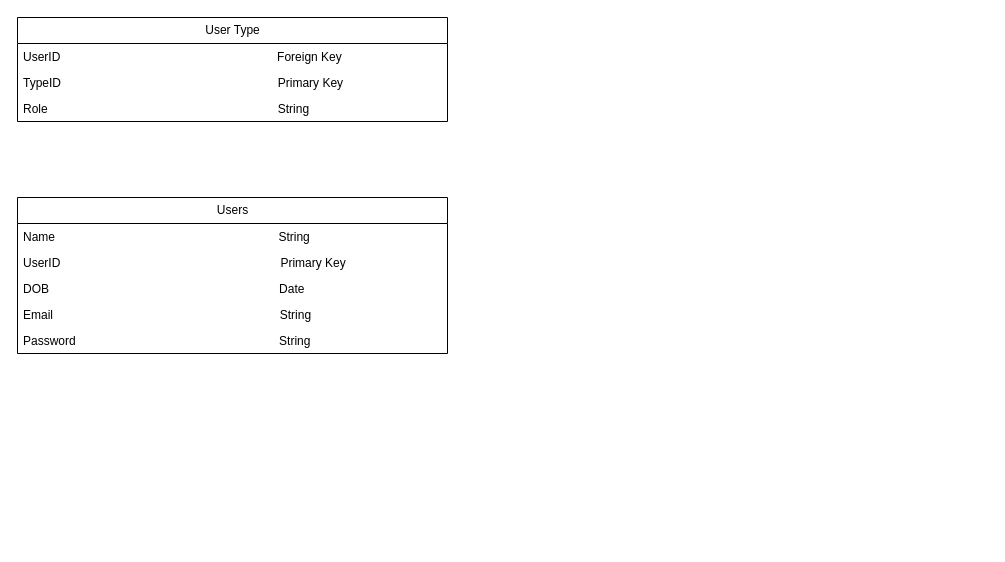
Above: Tables.drawio in Stormtroopper/HTML-layout-learning (draw.io), before the change. Source tidied: cells renumbered, new cells numbered last; positions are measured from the earlier drawing's top-left corner, leaving out a move shared by most shapes. Both pictures are drawn from the tidied source at 100%, with x=0, y=0 at pixel (17, 17).
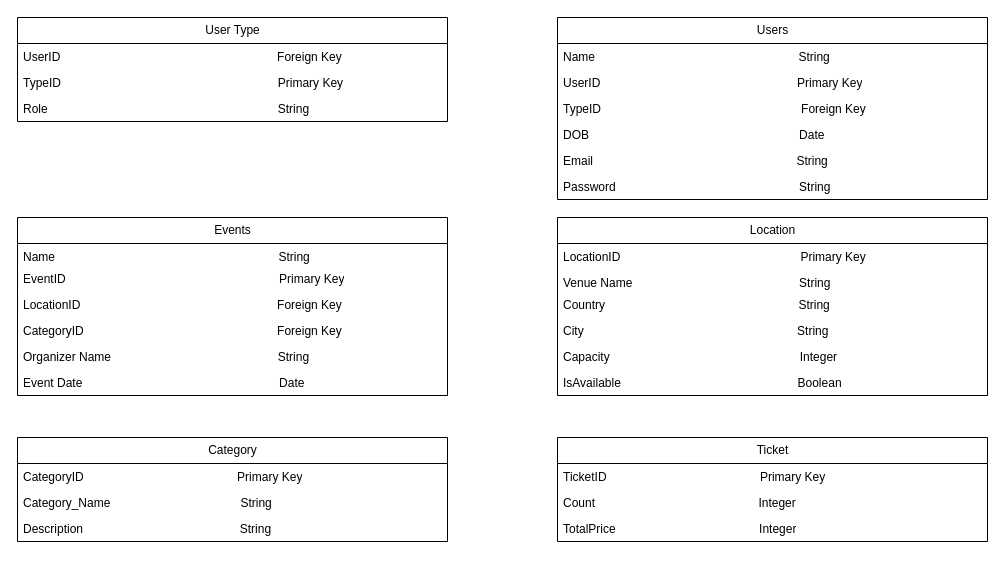
The same page after the edit.

The edit, as a diff of the source:
```diff
@@
     <mxCell id="6" value="Users" style="swimlane;fontStyle=0;horizontal=1;startSize=26;fillColor=none;html=1;" parent="1" vertex="1">
-      <mxGeometry y="180" width="430" height="156" as="geometry" />
+      <mxGeometry x="540" width="430" height="182" as="geometry" />
     </mxCell>
-    <mxCell id="7" value="Name&amp;nbsp; &amp;nbsp; &amp;nbsp; &amp;nbsp; &amp;nbsp; &amp;nbsp; &amp;nbsp; &amp;nbsp; &amp;nbsp; &amp;nbsp; &amp;nbsp; &amp;nbsp; &amp;nbsp; &amp;nbsp; &amp;nbsp; &amp;nbsp; &amp;nbsp; &amp;nbsp; &amp;nbsp; &amp;nbsp; &amp;nbsp; &amp;nbsp; &amp;nbsp; &amp;nbsp; &amp;nbsp; &amp;nbsp; &amp;nbsp; &amp;nbsp; &amp;nbsp; &amp;nbsp; &amp;nbsp; &amp;nbsp; &amp;nbsp; &amp;nbsp;String" style="text;strokeColor=none;fillColor=none;align=left;verticalAlign=top;spacingLeft=4;spacingRight=4;overflow=hidden;whiteSpace=wrap;html=1;" parent="6" vertex="1">
+    <mxCell id="7" value="Name&amp;nbsp; &amp;nbsp; &amp;nbsp; &amp;nbsp; &amp;nbsp; &amp;nbsp; &amp;nbsp; &amp;nbsp; &amp;nbsp; &amp;nbsp; &amp;nbsp; &amp;nbsp; &amp;nbsp; &amp;nbsp; &amp;nbsp; &amp;nbsp; &amp;nbsp; &amp;nbsp; &amp;nbsp; &amp;nbsp; &amp;nbsp; &amp;nbsp; &amp;nbsp; &amp;nbsp; &amp;nbsp; &amp;nbsp; &amp;nbsp; &amp;nbsp; &amp;nbsp; &amp;nbsp; &amp;nbsp;String" style="text;strokeColor=none;fillColor=none;align=left;verticalAlign=top;spacingLeft=4;spacingRight=4;overflow=hidden;whiteSpace=wrap;html=1;" parent="6" vertex="1">
       <mxGeometry y="26" width="430" height="26" as="geometry" />
     </mxCell>
-    <mxCell id="8" value="UserID&amp;nbsp; &amp;nbsp; &amp;nbsp; &amp;nbsp; &amp;nbsp; &amp;nbsp; &amp;nbsp; &amp;nbsp; &amp;nbsp; &amp;nbsp; &amp;nbsp; &amp;nbsp; &amp;nbsp; &amp;nbsp; &amp;nbsp; &amp;nbsp; &amp;nbsp; &amp;nbsp; &amp;nbsp; &amp;nbsp; &amp;nbsp; &amp;nbsp; &amp;nbsp; &amp;nbsp; &amp;nbsp; &amp;nbsp; &amp;nbsp; &amp;nbsp; &amp;nbsp; &amp;nbsp; &amp;nbsp; &amp;nbsp; &amp;nbsp; Primary Key" style="text;strokeColor=none;fillColor=none;align=left;verticalAlign=top;spacingLeft=4;spacingRight=4;overflow=hidden;whiteSpace=wrap;html=1;" parent="6" vertex="1">
+    <mxCell id="8" value="UserID&amp;nbsp; &amp;nbsp; &amp;nbsp; &amp;nbsp; &amp;nbsp; &amp;nbsp; &amp;nbsp; &amp;nbsp; &amp;nbsp; &amp;nbsp; &amp;nbsp; &amp;nbsp; &amp;nbsp; &amp;nbsp; &amp;nbsp; &amp;nbsp; &amp;nbsp; &amp;nbsp; &amp;nbsp; &amp;nbsp; &amp;nbsp; &amp;nbsp; &amp;nbsp; &amp;nbsp; &amp;nbsp; &amp;nbsp; &amp;nbsp; &amp;nbsp; &amp;nbsp; &amp;nbsp;Primary Key" style="text;strokeColor=none;fillColor=none;align=left;verticalAlign=top;spacingLeft=4;spacingRight=4;overflow=hidden;whiteSpace=wrap;html=1;" parent="6" vertex="1">
       <mxGeometry y="52" width="430" height="26" as="geometry" />
     </mxCell>
+    <mxCell id="12" value="TypeID&amp;nbsp; &amp;nbsp; &amp;nbsp; &amp;nbsp; &amp;nbsp; &amp;nbsp; &amp;nbsp; &amp;nbsp; &amp;nbsp; &amp;nbsp; &amp;nbsp; &amp;nbsp; &amp;nbsp; &amp;nbsp; &amp;nbsp; &amp;nbsp; &amp;nbsp; &amp;nbsp; &amp;nbsp; &amp;nbsp; &amp;nbsp; &amp;nbsp; &amp;nbsp; &amp;nbsp; &amp;nbsp; &amp;nbsp; &amp;nbsp; &amp;nbsp; &amp;nbsp; &amp;nbsp; Foreign Key" style="text;strokeColor=none;fillColor=none;align=left;verticalAlign=top;spacingLeft=4;spacingRight=4;overflow=hidden;whiteSpace=wrap;html=1;" parent="6" vertex="1">
+      <mxGeometry y="78" width="430" height="26" as="geometry" />
+    </mxCell>
-    <mxCell id="9" value="DOB&amp;nbsp; &amp;nbsp; &amp;nbsp; &amp;nbsp; &amp;nbsp; &amp;nbsp; &amp;nbsp; &amp;nbsp; &amp;nbsp; &amp;nbsp; &amp;nbsp; &amp;nbsp; &amp;nbsp; &amp;nbsp; &amp;nbsp; &amp;nbsp; &amp;nbsp; &amp;nbsp; &amp;nbsp; &amp;nbsp; &amp;nbsp; &amp;nbsp; &amp;nbsp; &amp;nbsp; &amp;nbsp; &amp;nbsp; &amp;nbsp; &amp;nbsp; &amp;nbsp; &amp;nbsp; &amp;nbsp; &amp;nbsp; &amp;nbsp; &amp;nbsp; &amp;nbsp;Date" style="text;strokeColor=none;fillColor=none;align=left;verticalAlign=top;spacingLeft=4;spacingRight=4;overflow=hidden;whiteSpace=wrap;html=1;" parent="6" vertex="1">
-      <mxGeometry y="78" width="430" height="26" as="geometry" />
+    <mxCell id="9" value="DOB&amp;nbsp; &amp;nbsp; &amp;nbsp; &amp;nbsp; &amp;nbsp; &amp;nbsp; &amp;nbsp; &amp;nbsp; &amp;nbsp; &amp;nbsp; &amp;nbsp; &amp;nbsp; &amp;nbsp; &amp;nbsp; &amp;nbsp; &amp;nbsp; &amp;nbsp; &amp;nbsp; &amp;nbsp; &amp;nbsp; &amp;nbsp; &amp;nbsp; &amp;nbsp; &amp;nbsp; &amp;nbsp; &amp;nbsp; &amp;nbsp; &amp;nbsp; &amp;nbsp; &amp;nbsp; &amp;nbsp; &amp;nbsp;Date" style="text;strokeColor=none;fillColor=none;align=left;verticalAlign=top;spacingLeft=4;spacingRight=4;overflow=hidden;whiteSpace=wrap;html=1;" parent="6" vertex="1">
+      <mxGeometry y="104" width="430" height="26" as="geometry" />
     </mxCell>
-    <mxCell id="10" value="Email&amp;nbsp; &amp;nbsp; &amp;nbsp; &amp;nbsp; &amp;nbsp; &amp;nbsp; &amp;nbsp; &amp;nbsp; &amp;nbsp; &amp;nbsp; &amp;nbsp; &amp;nbsp; &amp;nbsp; &amp;nbsp; &amp;nbsp; &amp;nbsp; &amp;nbsp; &amp;nbsp; &amp;nbsp; &amp;nbsp; &amp;nbsp; &amp;nbsp; &amp;nbsp; &amp;nbsp; &amp;nbsp; &amp;nbsp; &amp;nbsp; &amp;nbsp; &amp;nbsp; &amp;nbsp; &amp;nbsp; &amp;nbsp; &amp;nbsp; &amp;nbsp; String&lt;div&gt;&lt;br&gt;&lt;/div&gt;" style="text;strokeColor=none;fillColor=none;align=left;verticalAlign=top;spacingLeft=4;spacingRight=4;overflow=hidden;whiteSpace=wrap;html=1;" parent="6" vertex="1">
-      <mxGeometry y="104" width="430" height="26" as="geometry" />
+    <mxCell id="10" value="Email&amp;nbsp; &amp;nbsp; &amp;nbsp; &amp;nbsp; &amp;nbsp; &amp;nbsp; &amp;nbsp; &amp;nbsp; &amp;nbsp; &amp;nbsp; &amp;nbsp; &amp;nbsp; &amp;nbsp; &amp;nbsp; &amp;nbsp; &amp;nbsp; &amp;nbsp; &amp;nbsp; &amp;nbsp; &amp;nbsp; &amp;nbsp; &amp;nbsp; &amp;nbsp; &amp;nbsp; &amp;nbsp; &amp;nbsp; &amp;nbsp; &amp;nbsp; &amp;nbsp; &amp;nbsp; &amp;nbsp;String&lt;div&gt;&lt;br&gt;&lt;/div&gt;" style="text;strokeColor=none;fillColor=none;align=left;verticalAlign=top;spacingLeft=4;spacingRight=4;overflow=hidden;whiteSpace=wrap;html=1;" parent="6" vertex="1">
+      <mxGeometry y="130" width="430" height="26" as="geometry" />
     </mxCell>
-    <mxCell id="11" value="&lt;div&gt;Password&amp;nbsp; &amp;nbsp; &amp;nbsp; &amp;nbsp; &amp;nbsp; &amp;nbsp; &amp;nbsp; &amp;nbsp; &amp;nbsp; &amp;nbsp; &amp;nbsp; &amp;nbsp; &amp;nbsp; &amp;nbsp; &amp;nbsp; &amp;nbsp; &amp;nbsp; &amp;nbsp; &amp;nbsp; &amp;nbsp; &amp;nbsp; &amp;nbsp; &amp;nbsp; &amp;nbsp; &amp;nbsp; &amp;nbsp; &amp;nbsp; &amp;nbsp; &amp;nbsp; &amp;nbsp; &amp;nbsp;String&lt;/div&gt;" style="text;strokeColor=none;fillColor=none;align=left;verticalAlign=top;spacingLeft=4;spacingRight=4;overflow=hidden;whiteSpace=wrap;html=1;" parent="6" vertex="1">
-      <mxGeometry y="130" width="430" height="26" as="geometry" />
+    <mxCell id="11" value="&lt;div&gt;Password&amp;nbsp; &amp;nbsp; &amp;nbsp; &amp;nbsp; &amp;nbsp; &amp;nbsp; &amp;nbsp; &amp;nbsp; &amp;nbsp; &amp;nbsp; &amp;nbsp; &amp;nbsp; &amp;nbsp; &amp;nbsp; &amp;nbsp; &amp;nbsp; &amp;nbsp; &amp;nbsp; &amp;nbsp; &amp;nbsp; &amp;nbsp; &amp;nbsp; &amp;nbsp; &amp;nbsp; &amp;nbsp; &amp;nbsp; &amp;nbsp; &amp;nbsp;String&lt;/div&gt;" style="text;strokeColor=none;fillColor=none;align=left;verticalAlign=top;spacingLeft=4;spacingRight=4;overflow=hidden;whiteSpace=wrap;html=1;" parent="6" vertex="1">
+      <mxGeometry y="156" width="430" height="26" as="geometry" />
     </mxCell>
+    <mxCell id="13" value="Events" style="swimlane;fontStyle=0;horizontal=1;startSize=26;fillColor=none;html=1;" parent="1" vertex="1">
+      <mxGeometry y="200" width="430" height="178" as="geometry" />
+    </mxCell>
+    <mxCell id="14" value="Name&amp;nbsp; &amp;nbsp; &amp;nbsp; &amp;nbsp; &amp;nbsp; &amp;nbsp; &amp;nbsp; &amp;nbsp; &amp;nbsp; &amp;nbsp; &amp;nbsp; &amp;nbsp; &amp;nbsp; &amp;nbsp; &amp;nbsp; &amp;nbsp; &amp;nbsp; &amp;nbsp; &amp;nbsp; &amp;nbsp; &amp;nbsp; &amp;nbsp; &amp;nbsp; &amp;nbsp; &amp;nbsp; &amp;nbsp; &amp;nbsp; &amp;nbsp; &amp;nbsp; &amp;nbsp; &amp;nbsp; &amp;nbsp; &amp;nbsp; &amp;nbsp;String" style="text;strokeColor=none;fillColor=none;align=left;verticalAlign=top;spacingLeft=4;spacingRight=4;overflow=hidden;whiteSpace=wrap;html=1;" parent="13" vertex="1">
+      <mxGeometry y="26" width="430" height="22" as="geometry" />
+    </mxCell>
+    <mxCell id="15" value="EventID&amp;nbsp; &amp;nbsp; &amp;nbsp; &amp;nbsp; &amp;nbsp; &amp;nbsp; &amp;nbsp; &amp;nbsp; &amp;nbsp; &amp;nbsp; &amp;nbsp; &amp;nbsp; &amp;nbsp; &amp;nbsp; &amp;nbsp; &amp;nbsp; &amp;nbsp; &amp;nbsp; &amp;nbsp; &amp;nbsp; &amp;nbsp; &amp;nbsp; &amp;nbsp; &amp;nbsp; &amp;nbsp; &amp;nbsp; &amp;nbsp; &amp;nbsp; &amp;nbsp; &amp;nbsp; &amp;nbsp; &amp;nbsp; Primary Key" style="text;strokeColor=none;fillColor=none;align=left;verticalAlign=top;spacingLeft=4;spacingRight=4;overflow=hidden;whiteSpace=wrap;html=1;" parent="13" vertex="1">
+      <mxGeometry y="48" width="430" height="26" as="geometry" />
+    </mxCell>
+    <mxCell id="16" value="LocationID&amp;nbsp; &amp;nbsp; &amp;nbsp; &amp;nbsp; &amp;nbsp; &amp;nbsp; &amp;nbsp; &amp;nbsp; &amp;nbsp; &amp;nbsp; &amp;nbsp; &amp;nbsp; &amp;nbsp; &amp;nbsp; &amp;nbsp; &amp;nbsp; &amp;nbsp; &amp;nbsp; &amp;nbsp; &amp;nbsp; &amp;nbsp; &amp;nbsp; &amp;nbsp; &amp;nbsp; &amp;nbsp; &amp;nbsp; &amp;nbsp; &amp;nbsp; &amp;nbsp; &amp;nbsp;Foreign Key" style="text;strokeColor=none;fillColor=none;align=left;verticalAlign=top;spacingLeft=4;spacingRight=4;overflow=hidden;whiteSpace=wrap;html=1;" parent="13" vertex="1">
+      <mxGeometry y="74" width="430" height="26" as="geometry" />
+    </mxCell>
+    <mxCell id="17" value="CategoryID&amp;nbsp; &amp;nbsp; &amp;nbsp; &amp;nbsp; &amp;nbsp; &amp;nbsp; &amp;nbsp; &amp;nbsp; &amp;nbsp; &amp;nbsp; &amp;nbsp; &amp;nbsp; &amp;nbsp; &amp;nbsp; &amp;nbsp; &amp;nbsp; &amp;nbsp; &amp;nbsp; &amp;nbsp; &amp;nbsp; &amp;nbsp; &amp;nbsp; &amp;nbsp; &amp;nbsp; &amp;nbsp; &amp;nbsp; &amp;nbsp; &amp;nbsp; &amp;nbsp; Foreign Key" style="text;strokeColor=none;fillColor=none;align=left;verticalAlign=top;spacingLeft=4;spacingRight=4;overflow=hidden;whiteSpace=wrap;html=1;" parent="13" vertex="1">
+      <mxGeometry y="100" width="430" height="26" as="geometry" />
+    </mxCell>
+    <mxCell id="18" value="Organizer Name&amp;nbsp; &amp;nbsp; &amp;nbsp; &amp;nbsp; &amp;nbsp; &amp;nbsp; &amp;nbsp; &amp;nbsp; &amp;nbsp; &amp;nbsp; &amp;nbsp; &amp;nbsp; &amp;nbsp; &amp;nbsp; &amp;nbsp; &amp;nbsp; &amp;nbsp; &amp;nbsp; &amp;nbsp; &amp;nbsp; &amp;nbsp; &amp;nbsp; &amp;nbsp; &amp;nbsp; &amp;nbsp; String&lt;div&gt;&lt;br&gt;&lt;/div&gt;" style="text;strokeColor=none;fillColor=none;align=left;verticalAlign=top;spacingLeft=4;spacingRight=4;overflow=hidden;whiteSpace=wrap;html=1;" parent="13" vertex="1">
+      <mxGeometry y="126" width="430" height="26" as="geometry" />
+    </mxCell>
+    <mxCell id="19" value="&lt;div&gt;Event Date&amp;nbsp; &amp;nbsp; &amp;nbsp; &amp;nbsp; &amp;nbsp; &amp;nbsp; &amp;nbsp; &amp;nbsp; &amp;nbsp; &amp;nbsp; &amp;nbsp; &amp;nbsp; &amp;nbsp; &amp;nbsp; &amp;nbsp; &amp;nbsp; &amp;nbsp; &amp;nbsp; &amp;nbsp; &amp;nbsp; &amp;nbsp; &amp;nbsp; &amp;nbsp; &amp;nbsp; &amp;nbsp; &amp;nbsp; &amp;nbsp; &amp;nbsp; &amp;nbsp; &amp;nbsp;Date&lt;/div&gt;" style="text;strokeColor=none;fillColor=none;align=left;verticalAlign=top;spacingLeft=4;spacingRight=4;overflow=hidden;whiteSpace=wrap;html=1;" parent="13" vertex="1">
+      <mxGeometry y="152" width="430" height="26" as="geometry" />
+    </mxCell>
+    <mxCell id="20" value="Location" style="swimlane;fontStyle=0;horizontal=1;startSize=26;fillColor=none;html=1;" parent="1" vertex="1">
+      <mxGeometry x="540" y="200" width="430" height="178" as="geometry" />
+    </mxCell>
+    <mxCell id="21" value="LocationID&amp;nbsp; &amp;nbsp; &amp;nbsp; &amp;nbsp; &amp;nbsp; &amp;nbsp; &amp;nbsp; &amp;nbsp; &amp;nbsp; &amp;nbsp; &amp;nbsp; &amp;nbsp; &amp;nbsp; &amp;nbsp; &amp;nbsp; &amp;nbsp; &amp;nbsp; &amp;nbsp; &amp;nbsp; &amp;nbsp; &amp;nbsp; &amp;nbsp; &amp;nbsp; &amp;nbsp; &amp;nbsp; &amp;nbsp; &amp;nbsp; Primary Key" style="text;strokeColor=none;fillColor=none;align=left;verticalAlign=top;spacingLeft=4;spacingRight=4;overflow=hidden;whiteSpace=wrap;html=1;" parent="20" vertex="1">
+      <mxGeometry y="26" width="430" height="26" as="geometry" />
+    </mxCell>
+    <mxCell id="22" value="Venue Name&amp;nbsp; &amp;nbsp; &amp;nbsp; &amp;nbsp; &amp;nbsp; &amp;nbsp; &amp;nbsp; &amp;nbsp; &amp;nbsp; &amp;nbsp; &amp;nbsp; &amp;nbsp; &amp;nbsp; &amp;nbsp; &amp;nbsp; &amp;nbsp; &amp;nbsp; &amp;nbsp; &amp;nbsp; &amp;nbsp; &amp;nbsp; &amp;nbsp; &amp;nbsp; &amp;nbsp; &amp;nbsp; String" style="text;strokeColor=none;fillColor=none;align=left;verticalAlign=top;spacingLeft=4;spacingRight=4;overflow=hidden;whiteSpace=wrap;html=1;" parent="20" vertex="1">
+      <mxGeometry y="52" width="430" height="22" as="geometry" />
+    </mxCell>
+    <mxCell id="23" value="Country&amp;nbsp; &amp;nbsp; &amp;nbsp; &amp;nbsp; &amp;nbsp; &amp;nbsp; &amp;nbsp; &amp;nbsp; &amp;nbsp; &amp;nbsp; &amp;nbsp; &amp;nbsp; &amp;nbsp; &amp;nbsp; &amp;nbsp; &amp;nbsp; &amp;nbsp; &amp;nbsp; &amp;nbsp; &amp;nbsp; &amp;nbsp; &amp;nbsp; &amp;nbsp; &amp;nbsp; &amp;nbsp; &amp;nbsp; &amp;nbsp; &amp;nbsp; &amp;nbsp; String" style="text;strokeColor=none;fillColor=none;align=left;verticalAlign=top;spacingLeft=4;spacingRight=4;overflow=hidden;whiteSpace=wrap;html=1;" parent="20" vertex="1">
+      <mxGeometry y="74" width="430" height="26" as="geometry" />
+    </mxCell>
+    <mxCell id="24" value="City&amp;nbsp; &amp;nbsp; &amp;nbsp; &amp;nbsp; &amp;nbsp; &amp;nbsp; &amp;nbsp; &amp;nbsp; &amp;nbsp; &amp;nbsp; &amp;nbsp; &amp;nbsp; &amp;nbsp; &amp;nbsp; &amp;nbsp; &amp;nbsp; &amp;nbsp; &amp;nbsp; &amp;nbsp; &amp;nbsp; &amp;nbsp; &amp;nbsp; &amp;nbsp; &amp;nbsp; &amp;nbsp; &amp;nbsp; &amp;nbsp; &amp;nbsp; &amp;nbsp; &amp;nbsp; &amp;nbsp; &amp;nbsp; String&lt;div&gt;&lt;br&gt;&lt;/div&gt;" style="text;strokeColor=none;fillColor=none;align=left;verticalAlign=top;spacingLeft=4;spacingRight=4;overflow=hidden;whiteSpace=wrap;html=1;" parent="20" vertex="1">
+      <mxGeometry y="100" width="430" height="26" as="geometry" />
+    </mxCell>
+    <mxCell id="25" value="&lt;div&gt;Capacity&amp;nbsp; &amp;nbsp; &amp;nbsp; &amp;nbsp;&amp;nbsp;&lt;span style=&quot;background-color: initial;&quot;&gt;&amp;nbsp; &amp;nbsp; &amp;nbsp; &amp;nbsp; &amp;nbsp; &amp;nbsp; &amp;nbsp; &amp;nbsp; &amp;nbsp; &amp;nbsp; &amp;nbsp; &amp;nbsp; &amp;nbsp; &amp;nbsp; &amp;nbsp; &amp;nbsp; &amp;nbsp; &amp;nbsp; &amp;nbsp; &amp;nbsp; &amp;nbsp; &amp;nbsp; &amp;nbsp; &amp;nbsp; &amp;nbsp;Integer&lt;/span&gt;&lt;/div&gt;" style="text;strokeColor=none;fillColor=none;align=left;verticalAlign=top;spacingLeft=4;spacingRight=4;overflow=hidden;whiteSpace=wrap;html=1;" parent="20" vertex="1">
+      <mxGeometry y="126" width="430" height="26" as="geometry" />
+    </mxCell>
+    <mxCell id="26" value="&lt;div&gt;IsAvailable&amp;nbsp; &amp;nbsp; &amp;nbsp; &amp;nbsp; &amp;nbsp; &amp;nbsp; &amp;nbsp; &amp;nbsp; &amp;nbsp; &amp;nbsp; &amp;nbsp; &amp;nbsp; &amp;nbsp; &amp;nbsp; &amp;nbsp; &amp;nbsp; &amp;nbsp; &amp;nbsp; &amp;nbsp; &amp;nbsp; &amp;nbsp; &amp;nbsp; &amp;nbsp; &amp;nbsp; &amp;nbsp; &amp;nbsp; &amp;nbsp;Boolean&lt;/div&gt;" style="text;strokeColor=none;fillColor=none;align=left;verticalAlign=top;spacingLeft=4;spacingRight=4;overflow=hidden;whiteSpace=wrap;html=1;" parent="20" vertex="1">
+      <mxGeometry y="152" width="430" height="26" as="geometry" />
+    </mxCell>
+    <mxCell id="27" value="Category" style="swimlane;fontStyle=0;horizontal=1;startSize=26;fillColor=none;html=1;" parent="1" vertex="1">
+      <mxGeometry y="420" width="430" height="104" as="geometry" />
+    </mxCell>
+    <mxCell id="28" value="CategoryID&amp;nbsp; &amp;nbsp; &amp;nbsp; &amp;nbsp; &amp;nbsp; &amp;nbsp; &amp;nbsp; &amp;nbsp; &amp;nbsp; &amp;nbsp; &amp;nbsp; &amp;nbsp; &amp;nbsp; &amp;nbsp; &amp;nbsp; &amp;nbsp; &amp;nbsp; &amp;nbsp; &amp;nbsp; &amp;nbsp; &amp;nbsp; &amp;nbsp; &amp;nbsp; Primary Key" style="text;strokeColor=none;fillColor=none;align=left;verticalAlign=top;spacingLeft=4;spacingRight=4;overflow=hidden;whiteSpace=wrap;html=1;" parent="27" vertex="1">
+      <mxGeometry y="26" width="430" height="26" as="geometry" />
+    </mxCell>
+    <mxCell id="29" value="Category_Name&amp;nbsp; &amp;nbsp; &amp;nbsp; &amp;nbsp; &amp;nbsp; &amp;nbsp; &amp;nbsp; &amp;nbsp; &amp;nbsp; &amp;nbsp; &amp;nbsp; &amp;nbsp; &amp;nbsp; &amp;nbsp; &amp;nbsp; &amp;nbsp; &amp;nbsp; &amp;nbsp; &amp;nbsp; &amp;nbsp;String&lt;div&gt;&lt;br&gt;&lt;/div&gt;" style="text;strokeColor=none;fillColor=none;align=left;verticalAlign=top;spacingLeft=4;spacingRight=4;overflow=hidden;whiteSpace=wrap;html=1;" parent="27" vertex="1">
+      <mxGeometry y="52" width="430" height="26" as="geometry" />
+    </mxCell>
+    <mxCell id="30" value="Description&amp;nbsp; &amp;nbsp; &amp;nbsp; &amp;nbsp; &amp;nbsp; &amp;nbsp; &amp;nbsp; &amp;nbsp; &amp;nbsp; &amp;nbsp; &amp;nbsp; &amp;nbsp; &amp;nbsp; &amp;nbsp; &amp;nbsp; &amp;nbsp; &amp;nbsp; &amp;nbsp; &amp;nbsp; &amp;nbsp; &amp;nbsp; &amp;nbsp; &amp;nbsp; &amp;nbsp;String&lt;div&gt;&lt;br&gt;&lt;/div&gt;" style="text;strokeColor=none;fillColor=none;align=left;verticalAlign=top;spacingLeft=4;spacingRight=4;overflow=hidden;whiteSpace=wrap;html=1;" parent="27" vertex="1">
+      <mxGeometry y="78" width="430" height="26" as="geometry" />
+    </mxCell>
+    <mxCell id="31" value="Ticket" style="swimlane;fontStyle=0;horizontal=1;startSize=26;fillColor=none;html=1;" parent="1" vertex="1">
+      <mxGeometry x="540" y="420" width="430" height="104" as="geometry" />
+    </mxCell>
+    <mxCell id="32" value="TicketID&amp;nbsp; &amp;nbsp; &amp;nbsp; &amp;nbsp; &amp;nbsp; &amp;nbsp; &amp;nbsp; &amp;nbsp; &amp;nbsp; &amp;nbsp; &amp;nbsp; &amp;nbsp; &amp;nbsp; &amp;nbsp; &amp;nbsp; &amp;nbsp; &amp;nbsp; &amp;nbsp; &amp;nbsp; &amp;nbsp; &amp;nbsp; &amp;nbsp; &amp;nbsp; Primary Key" style="text;strokeColor=none;fillColor=none;align=left;verticalAlign=top;spacingLeft=4;spacingRight=4;overflow=hidden;whiteSpace=wrap;html=1;" parent="31" vertex="1">
+      <mxGeometry y="26" width="430" height="26" as="geometry" />
+    </mxCell>
+    <mxCell id="33" value="&lt;div&gt;Count&amp;nbsp; &amp;nbsp; &amp;nbsp; &amp;nbsp; &amp;nbsp; &amp;nbsp; &amp;nbsp; &amp;nbsp; &amp;nbsp; &amp;nbsp; &amp;nbsp; &amp;nbsp; &amp;nbsp; &amp;nbsp; &amp;nbsp; &amp;nbsp; &amp;nbsp; &amp;nbsp; &amp;nbsp; &amp;nbsp; &amp;nbsp; &amp;nbsp; &amp;nbsp; &amp;nbsp; &amp;nbsp;Integer&lt;/div&gt;" style="text;strokeColor=none;fillColor=none;align=left;verticalAlign=top;spacingLeft=4;spacingRight=4;overflow=hidden;whiteSpace=wrap;html=1;" parent="31" vertex="1">
+      <mxGeometry y="52" width="430" height="26" as="geometry" />
+    </mxCell>
+    <mxCell id="34" value="&lt;div&gt;TotalPrice&amp;nbsp; &amp;nbsp; &amp;nbsp; &amp;nbsp; &amp;nbsp; &amp;nbsp; &amp;nbsp; &amp;nbsp; &amp;nbsp; &amp;nbsp; &amp;nbsp; &amp;nbsp; &amp;nbsp; &amp;nbsp; &amp;nbsp; &amp;nbsp; &amp;nbsp; &amp;nbsp; &amp;nbsp; &amp;nbsp; &amp;nbsp; &amp;nbsp;Integer&lt;/div&gt;" style="text;strokeColor=none;fillColor=none;align=left;verticalAlign=top;spacingLeft=4;spacingRight=4;overflow=hidden;whiteSpace=wrap;html=1;" parent="31" vertex="1">
+      <mxGeometry y="78" width="430" height="26" as="geometry" />
+    </mxCell>
```
